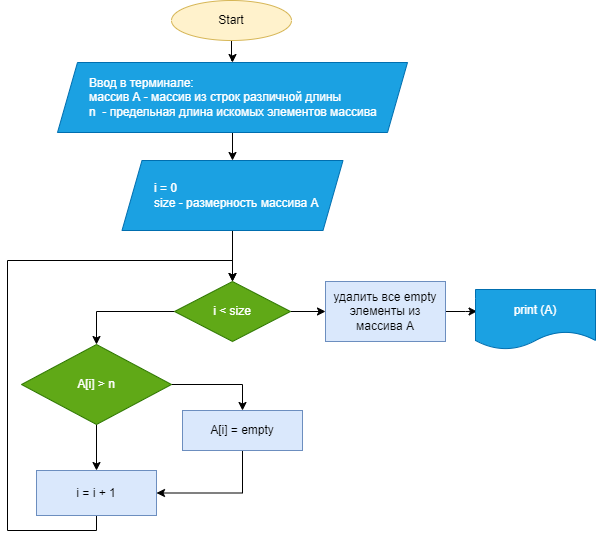
Above: FinalWork_I.png in zevina/final-work-I (draw.io), before the change. Source tidied: cells renumbered, new cells last; positions are measured from the earlier drawing's top-left corner, leaving out a move shared by most shapes.
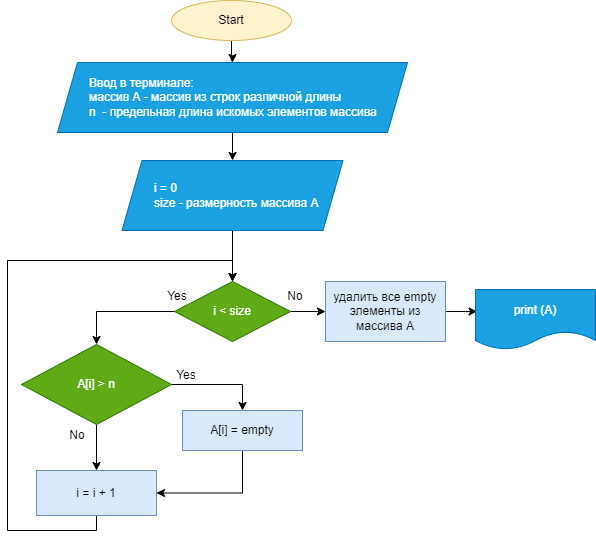
Above is the later version.

Change to the diagram source:
```diff
@@ -66,5 +66,17 @@
     <mxCell id="20" value="print (A)" style="shape=document;whiteSpace=wrap;html=1;boundedLbl=1;fillColor=#1ba1e2;fontColor=#ffffff;strokeColor=#006EAF;" parent="1" vertex="1">
       <mxGeometry x="468" y="289" width="120" height="60" as="geometry" />
     </mxCell>
+    <mxCell id="21" value="Yes" style="text;html=1;strokeColor=none;fillColor=none;align=center;verticalAlign=middle;whiteSpace=wrap;rounded=0;" parent="1" vertex="1">
+      <mxGeometry x="140" y="281" width="60" height="30" as="geometry" />
+    </mxCell>
+    <mxCell id="22" value="Yes" style="text;html=1;strokeColor=none;fillColor=none;align=center;verticalAlign=middle;whiteSpace=wrap;rounded=0;" parent="1" vertex="1">
+      <mxGeometry x="149" y="360" width="60" height="30" as="geometry" />
+    </mxCell>
+    <mxCell id="23" value="No" style="text;html=1;strokeColor=none;fillColor=none;align=center;verticalAlign=middle;whiteSpace=wrap;rounded=0;" parent="1" vertex="1">
+      <mxGeometry x="258" y="281" width="60" height="30" as="geometry" />
+    </mxCell>
+    <mxCell id="24" value="No" style="text;html=1;strokeColor=none;fillColor=none;align=center;verticalAlign=middle;whiteSpace=wrap;rounded=0;" parent="1" vertex="1">
+      <mxGeometry x="40" y="420" width="60" height="30" as="geometry" />
+    </mxCell>
   </root>
 </mxGraphModel>
```
